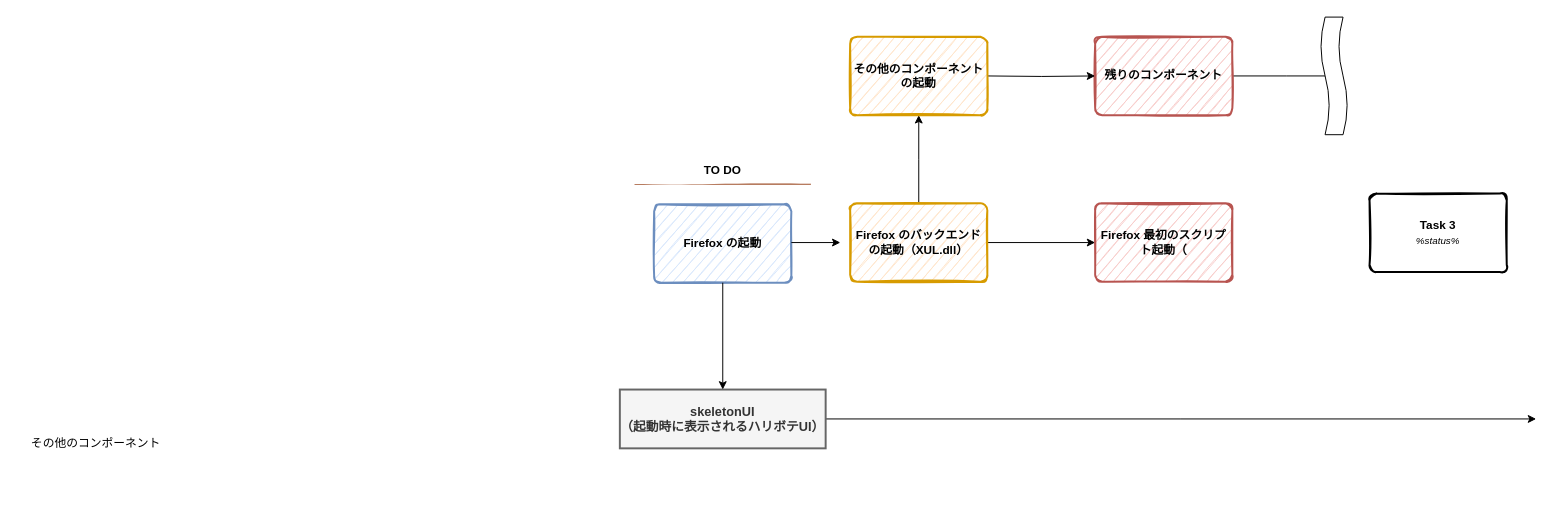
Above: 名称未設定ファイル.drawio in surapunoyousei/monot (draw.io), before the change. Source tidied: cells renumbered, new cells numbered last; positions are measured from the earlier drawing's top-left corner, leaving out a move shared by most shapes. Both pictures are drawn from the tidied source at 98%, with x=0, y=0 at pixel (17, 36).
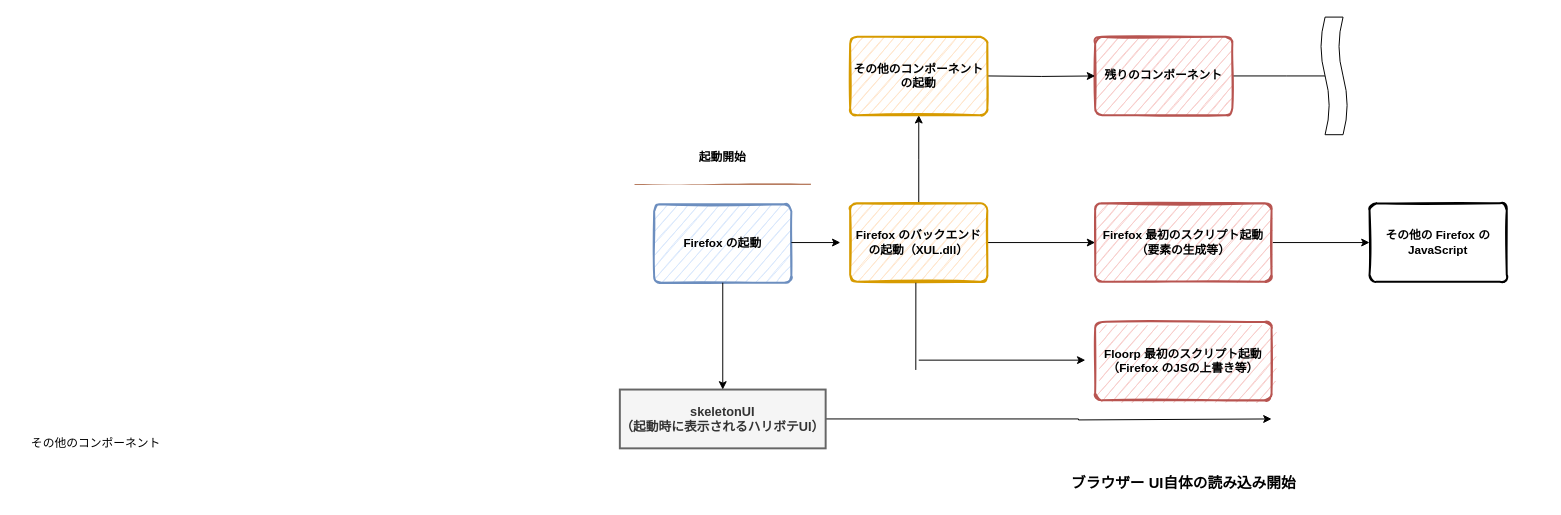
The same page after the edit.

Commit message:
名称未設定ファイル.drawio を更新します

Unchanged cells that the change refers to:
```xml
<mxCell id="10" value="Firefox のバックエンドの起動（XUL.dll）" style="whiteSpace=wrap;html=1;strokeWidth=2;fillColor=#ffe6cc;fontStyle=1;spacingTop=0;rounded=1;arcSize=9;points=[];sketch=1;fontFamily=Permanent Marker;hachureGap=8;fillWeight=1;strokeColor=#d79b00;" parent="1" vertex="1">
  <mxGeometry x="850" y="170" width="140" height="80" as="geometry" />
</mxCell>
<mxCell id="14" value="&lt;font style=&quot;font-size: 13px;&quot;&gt;&lt;b&gt;skeletonUI&lt;br&gt;（起動時に表示されるハリボテUI）&lt;/b&gt;&lt;/font&gt;" style="whiteSpace=wrap;html=1;fillColor=#f5f5f5;fontColor=#333333;strokeColor=#666666;strokeWidth=2;" parent="1" vertex="1">
  <mxGeometry x="615" y="360" width="210" height="60" as="geometry" />
</mxCell>
```

Diff of the diagram source:
```diff
@@
-    <mxCell id="2" value="TO DO" style="swimlane;strokeWidth=2;fontFamily=Permanent Marker;html=0;startSize=1;verticalAlign=bottom;spacingBottom=5;stackBorder=20;sketch=1;strokeColor=none;fillStyle=solid;fillColor=#A0522D;" parent="1" vertex="1">
+    <mxCell id="2" value="起動開始&#10;" style="swimlane;strokeWidth=2;fontFamily=Permanent Marker;html=0;startSize=1;verticalAlign=bottom;spacingBottom=5;stackBorder=20;sketch=1;strokeColor=none;fillStyle=solid;fillColor=#A0522D;" parent="1" vertex="1">
       <mxGeometry x="630" y="150" width="180" height="221" as="geometry" />
     </mxCell>
@@
+    <mxCell id="19" style="edgeStyle=orthogonalEdgeStyle;rounded=0;jettySize=auto;html=1;" parent="1" edge="1" source="4" target="11">
+      <mxGeometry relative="1" as="geometry" />
+    </mxCell>
-    <mxCell id="4" value="Firefox 最初のスクリプト起動（" style="whiteSpace=wrap;html=1;strokeWidth=2;fillColor=#f8cecc;fontStyle=1;spacingTop=0;rounded=1;arcSize=9;points=[];sketch=1;fontFamily=Permanent Marker;hachureGap=8;fillWeight=1;strokeColor=#b85450;" parent="1" vertex="1">
-      <mxGeometry x="1100" y="170" width="140" height="80" as="geometry" />
+    <mxCell id="4" value="Firefox 最初のスクリプト起動&lt;br&gt;（要素の生成等）" style="whiteSpace=wrap;html=1;strokeWidth=2;fillColor=#f8cecc;fontStyle=1;spacingTop=0;rounded=1;arcSize=9;points=[];sketch=1;fontFamily=Permanent Marker;hachureGap=8;fillWeight=1;strokeColor=#b85450;" parent="1" vertex="1">
+      <mxGeometry x="1100" y="170" width="180" height="80" as="geometry" />
     </mxCell>
@@
-    <mxCell id="11" value="Task 3&lt;br&gt;&lt;span style=&quot;font-weight: normal&quot;&gt;&lt;i&gt;&lt;font style=&quot;font-size: 10px&quot;&gt;%status%&lt;/font&gt;&lt;/i&gt;&lt;/span&gt;" style="whiteSpace=wrap;html=1;strokeWidth=2;fillColor=swimlane;fontStyle=1;spacingTop=0;rounded=1;arcSize=9;points=[];sketch=1;fontFamily=Permanent Marker;hachureGap=8;fillWeight=1;" parent="1" vertex="1">
-      <mxGeometry x="1380" y="160" width="140" height="80" as="geometry" />
+    <mxCell id="11" value="&lt;div&gt;その他の Firefox の JavaScript&lt;/div&gt;" style="whiteSpace=wrap;html=1;strokeWidth=2;fillColor=swimlane;fontStyle=1;spacingTop=0;rounded=1;arcSize=9;points=[];sketch=1;fontFamily=Permanent Marker;hachureGap=8;fillWeight=1;" parent="1" vertex="1">
+      <mxGeometry x="1380" y="170" width="140" height="80" as="geometry" />
     </mxCell>
@@
     <mxCell id="13" style="edgeStyle=orthogonalEdgeStyle;rounded=0;jettySize=auto;html=1;" parent="1" edge="1" source="14">
       <mxGeometry relative="1" as="geometry">
-        <mxPoint x="1550" y="390" as="targetPoint" />
+        <mxPoint x="1280" y="390" as="targetPoint" />
+        <Array as="points">
+          <mxPoint x="1083" y="390" />
+          <mxPoint x="1083" y="391" />
+        </Array>
       </mxGeometry>
     </mxCell>
@@
+    <mxCell id="20" value="Floorp 最初のスクリプト起動&lt;br&gt;（Firefox のJSの上書き等）" style="whiteSpace=wrap;html=1;strokeWidth=2;fillColor=#f8cecc;fontStyle=1;spacingTop=0;rounded=1;arcSize=9;sketch=1;fontFamily=Permanent Marker;hachureGap=8;fillWeight=1;strokeColor=#b85450;" parent="1" vertex="1">
+      <mxGeometry x="1100" y="291" width="180" height="80" as="geometry" />
+    </mxCell>
+    <mxCell id="21" style="endArrow=none;html=1;rounded=0;entryX=0.479;entryY=1.013;entryDx=0;entryDy=0;entryPerimeter=0;" parent="1" edge="1" target="10">
+      <mxGeometry relative="1" as="geometry">
+        <mxPoint x="917" y="340" as="sourcePoint" />
+      </mxGeometry>
+    </mxCell>
+    <mxCell id="22" style="endArrow=classic;html=1;rounded=0;" parent="1" edge="1">
+      <mxGeometry relative="1" as="geometry">
+        <mxPoint x="920" y="330" as="sourcePoint" />
+        <mxPoint x="1090" y="330" as="targetPoint" />
+      </mxGeometry>
+    </mxCell>
+    <mxCell id="23" value="&lt;b&gt;&lt;font style=&quot;font-size: 15px;&quot;&gt;ブラウザー UI自体の読み込み開始&lt;/font&gt;&lt;/b&gt;" style="text;html=1;align=center;verticalAlign=middle;strokeColor=none;fillColor=none;" parent="1" vertex="1">
+      <mxGeometry x="1065" y="440" width="250" height="30" as="geometry" />
+    </mxCell>
```
